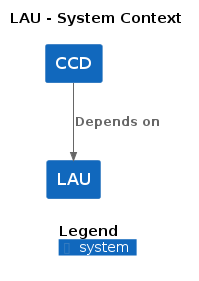
hmcts/cnp-api-docs keeps this PlantUML diagram as docs/c4/lau/images/structurizr-lau-context.png. Above is the earlier version. Its diagram source:
```plantuml
@startuml
set separator none
title LAU - System Context

top to bottom direction

!include <C4/C4>
!include <C4/C4_Context>

System(LAU, "LAU", $descr="", $tags="", $link="")
System(CCD, "CCD", $descr="", $tags="", $link="")

Rel_D(CCD, LAU, "Depends on", $techn="", $tags="", $link="")

SHOW_DYNAMIC_LEGEND()
@enduml
```
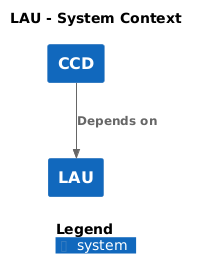
The same diagram one commit later.

Diff of the diagram source:
```diff
@@ -10,7 +10,7 @@
 System(LAU, "LAU", $descr="", $tags="", $link="")
 System(CCD, "CCD", $descr="", $tags="", $link="")
 
-Rel_D(CCD, LAU, "Depends on", $techn="", $tags="", $link="")
+Rel(CCD, LAU, "Depends on", $techn="", $tags="", $link="")
 
 SHOW_DYNAMIC_LEGEND()
 @enduml
```
